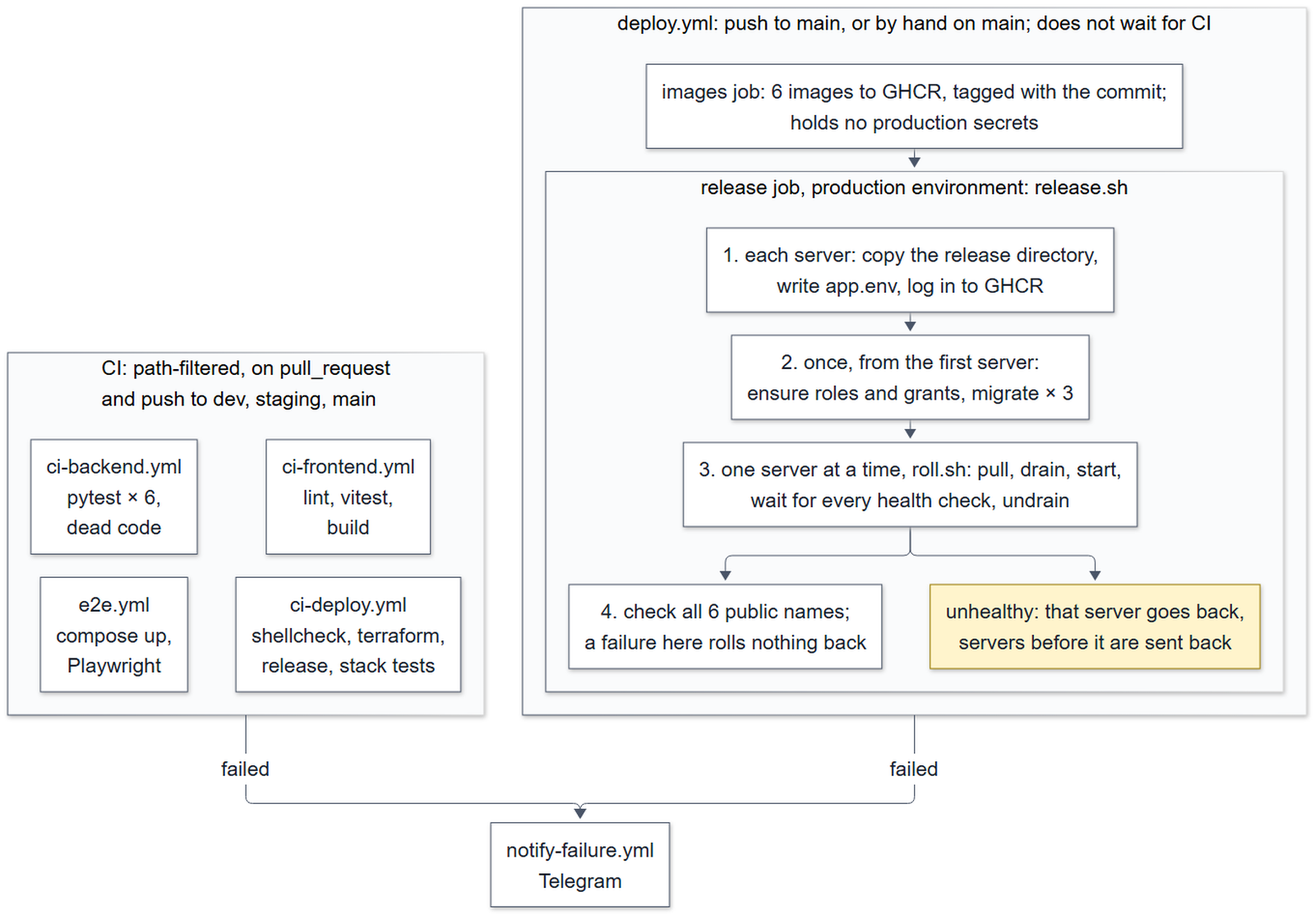
decker757/CS464 keeps this Mermaid diagram as docs/diagrams/rendered/03-cicd.png. Above is the earlier version. Its source is kept beside it as docs/diagrams/03-cicd.mmd.
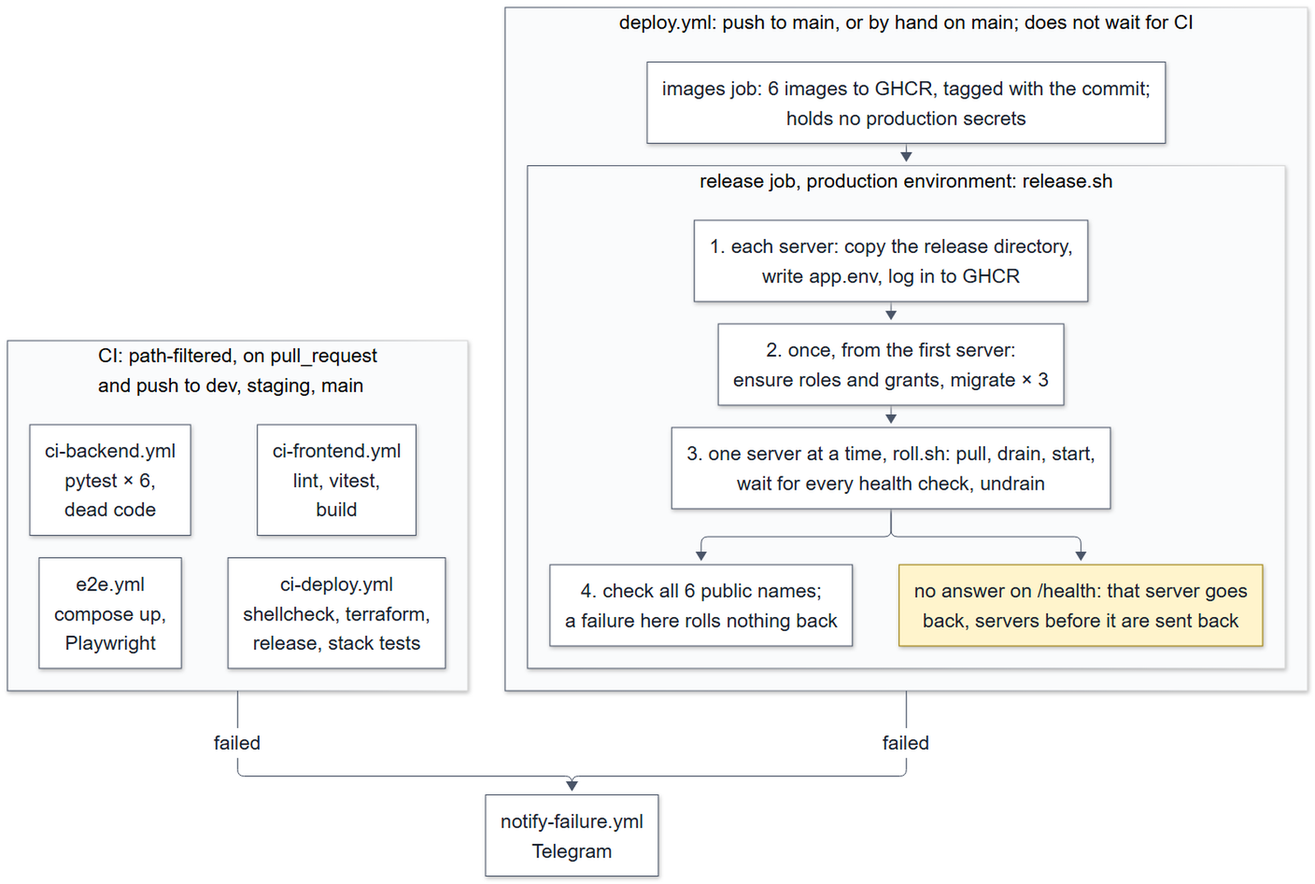
Later version of the same file.

Commit message:
fix(docs): figures 02, 03 and 10 say where the role passwords go, what a health check proves, and that the migrate steps take turns

The edit, as a diff of the source:
```diff
@@ -8,7 +8,7 @@
             mig["2. once, from the first server:<br/>ensure roles and grants, migrate × 3"]
             roll["3. one server at a time, roll.sh: pull, drain, start,<br/>wait for every health check, undrain"]
             check["4. check all 6 public names;<br/>a failure here rolls nothing back"]
-            back["unhealthy: that server goes back,<br/>servers before it are sent back"]
+            back["no answer on /health: that server goes<br/>back, servers before it are sent back"]
             send --> mig
             mig --> roll
             roll --> check
```
